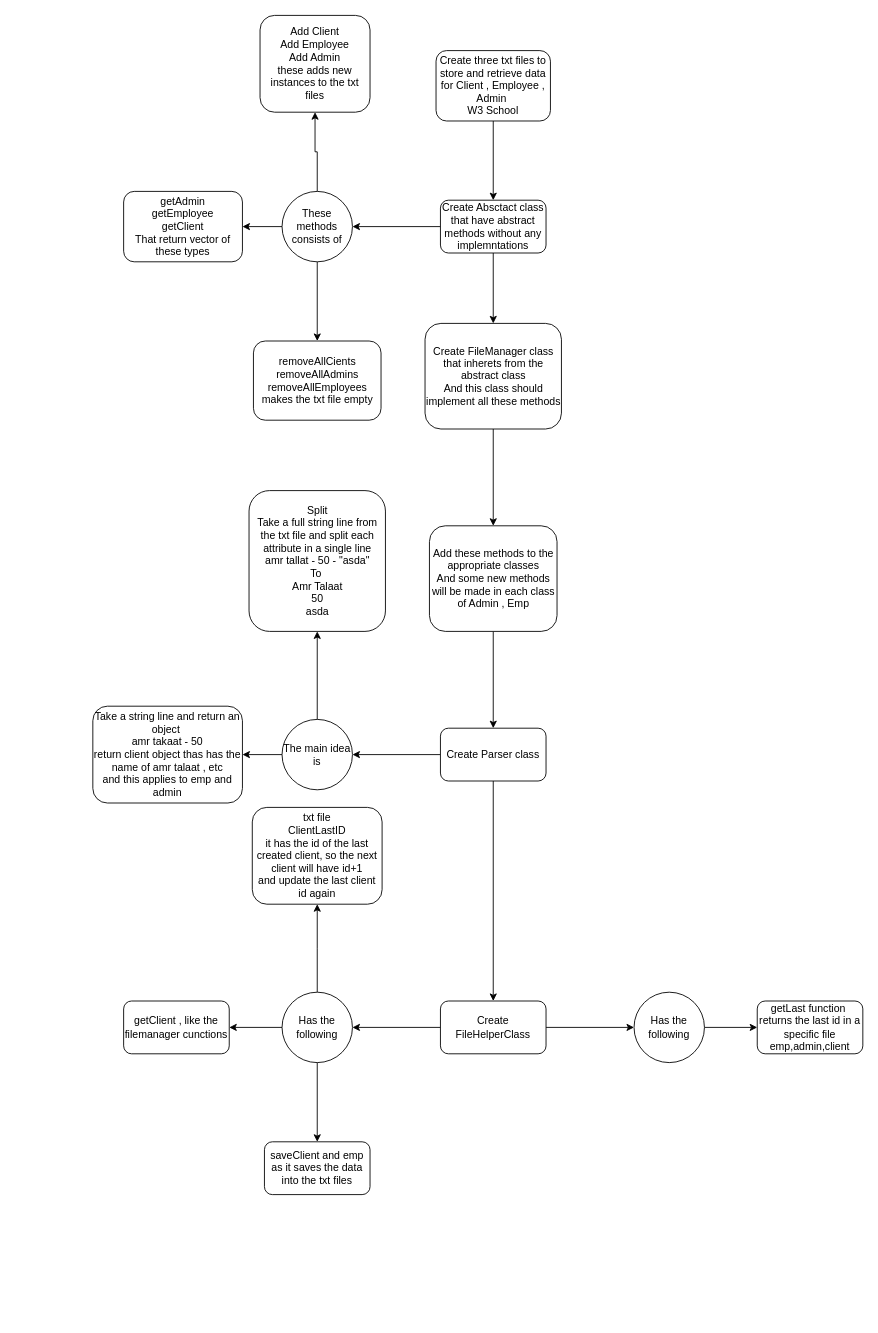
Before: page "Phase 2 sequence" (2 of 3) of routeProject.drawio in amrtlt95/RouteMiniIti, a draw.io diagram. Source tidied: cells renumbered, new cells numbered last; positions are measured from the earlier drawing's top-left corner, leaving out a move shared by most shapes. Both pictures are drawn from the tidied source at 88%, with x=0, y=0 at pixel (92, 15).
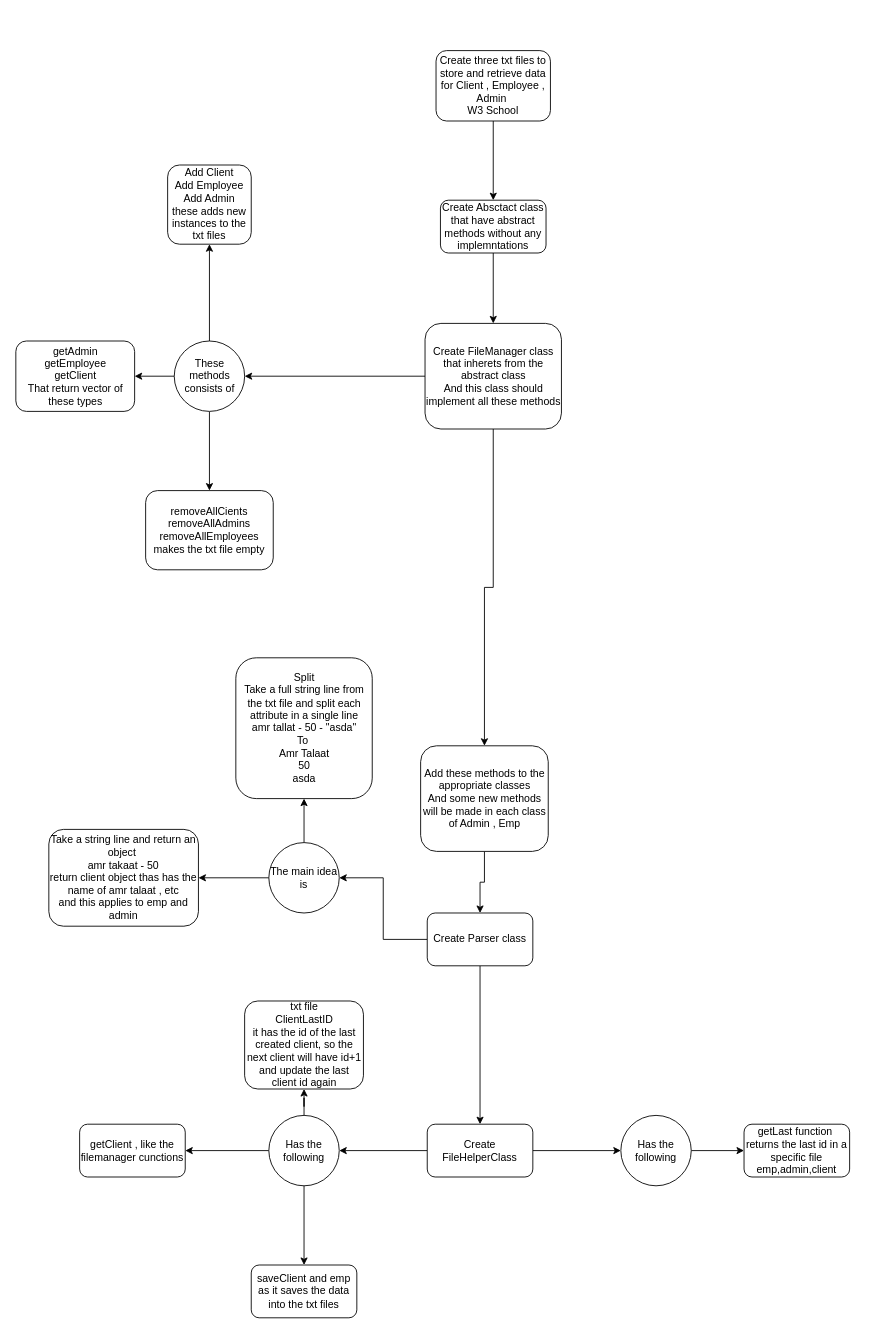
After the change.

Unchanged cells that the change refers to:
```xml
<mxCell id="6" value="Create Absctact class that have abstract methods without any implemntations" style="whiteSpace=wrap;html=1;rounded=1;" parent="1" vertex="1">
  <mxGeometry x="395" y="210" width="120" height="60" as="geometry" />
</mxCell>
<mxCell id="15" value="Create FileManager class that inherets from the abstract class&lt;br&gt;And this class should implement all these methods" style="whiteSpace=wrap;html=1;rounded=1;" parent="1" vertex="1">
  <mxGeometry x="377.5" y="350" width="155" height="120" as="geometry" />
</mxCell>
```

What changed in the source:
```diff
@@
-    <mxCell id="4" style="edgeStyle=orthogonalEdgeStyle;rounded=0;jettySize=auto;html=1;" parent="1" edge="1" source="6" target="10">
-      <mxGeometry relative="1" as="geometry" />
-    </mxCell>
@@
-    <mxCell id="10" value="These methods consists of" style="ellipse;whiteSpace=wrap;html=1;rounded=1;" parent="1" vertex="1">
-      <mxGeometry x="215" y="200" width="80" height="80" as="geometry" />
+    <mxCell id="10" value="These methods consists of" style="ellipse;whiteSpace=wrap;html=1;rounded=1;direction=west;" parent="1" vertex="1">
+      <mxGeometry x="92.5" y="370" width="80" height="80" as="geometry" />
     </mxCell>
     <mxCell id="11" value="Add Client&lt;br&gt;Add Employee&lt;br&gt;Add Admin&lt;br&gt;these adds new instances to the txt files" style="whiteSpace=wrap;html=1;rounded=1;" parent="1" vertex="1">
-      <mxGeometry x="190" width="125" height="110" as="geometry" />
+      <mxGeometry x="85" y="170" width="95" height="90" as="geometry" />
     </mxCell>
     <mxCell id="12" value="getAdmin&lt;br&gt;getEmployee&lt;br&gt;getClient&lt;br&gt;That return vector of these types" style="whiteSpace=wrap;html=1;rounded=1;" parent="1" vertex="1">
-      <mxGeometry x="35" y="200" width="135" height="80" as="geometry" />
+      <mxGeometry x="-87.5" y="370" width="135" height="80" as="geometry" />
     </mxCell>
     <mxCell id="13" value="removeAllCients&lt;br&gt;removeAllAdmins&lt;br&gt;removeAllEmployees&lt;br&gt;makes the txt file empty" style="whiteSpace=wrap;html=1;rounded=1;" parent="1" vertex="1">
-      <mxGeometry x="182.5" y="370" width="145" height="90" as="geometry" />
+      <mxGeometry x="60" y="540" width="145" height="90" as="geometry" />
     </mxCell>
+    <mxCell id="39" style="edgeStyle=orthogonalEdgeStyle;rounded=0;jettySize=auto;html=1;entryX=0;entryY=0.5;entryDx=0;entryDy=0;" parent="1" edge="1" source="15" target="10">
+      <mxGeometry relative="1" as="geometry" />
+    </mxCell>
-    <mxCell id="14" style="edgeStyle=orthogonalEdgeStyle;rounded=0;jettySize=auto;html=1;" parent="1" edge="1" source="15" target="17">
+    <mxCell id="14" style="edgeStyle=orthogonalEdgeStyle;rounded=0;jettySize=auto;html=1;entryX=0.5;entryY=0;entryDx=0;entryDy=0;" parent="1" edge="1" source="15" target="17">
       <mxGeometry relative="1" as="geometry" />
     </mxCell>
@@
     <mxCell id="17" value="Add these methods to the appropriate classes&lt;br&gt;And some new methods will be made in each class of Admin , Emp" style="whiteSpace=wrap;html=1;rounded=1;" parent="1" vertex="1">
-      <mxGeometry x="382.5" y="580" width="145" height="120" as="geometry" />
+      <mxGeometry x="372.5" y="830" width="145" height="120" as="geometry" />
     </mxCell>
@@
     <mxCell id="20" value="Create Parser class" style="whiteSpace=wrap;html=1;rounded=1;" parent="1" vertex="1">
-      <mxGeometry x="395" y="810" width="120" height="60" as="geometry" />
+      <mxGeometry x="380" y="1020" width="120" height="60" as="geometry" />
     </mxCell>
@@
-    <mxCell id="22" style="edgeStyle=orthogonalEdgeStyle;rounded=0;jettySize=auto;html=1;" parent="1" edge="1" source="23" target="25">
+    <mxCell id="22" style="edgeStyle=orthogonalEdgeStyle;rounded=0;jettySize=auto;html=1;entryX=1;entryY=0.5;entryDx=0;entryDy=0;" parent="1" edge="1" source="23" target="25">
       <mxGeometry relative="1" as="geometry" />
     </mxCell>
     <mxCell id="23" value="The main idea is" style="ellipse;whiteSpace=wrap;html=1;rounded=1;" parent="1" vertex="1">
-      <mxGeometry x="215" y="800" width="80" height="80" as="geometry" />
+      <mxGeometry x="200" y="940" width="80" height="80" as="geometry" />
     </mxCell>
     <mxCell id="24" value="Split&lt;br&gt;Take a full string line from the txt file and split each attribute in a single line&lt;br&gt;amr tallat - 50 - &quot;asda&quot;&lt;br&gt;To&amp;nbsp;&lt;br&gt;Amr Talaat&lt;br&gt;50&lt;br&gt;asda" style="whiteSpace=wrap;html=1;rounded=1;" parent="1" vertex="1">
-      <mxGeometry x="177.5" y="540" width="155" height="160" as="geometry" />
+      <mxGeometry x="162.5" y="730" width="155" height="160" as="geometry" />
     </mxCell>
     <mxCell id="25" value="Take a string line and return an object&amp;nbsp;&lt;br&gt;amr takaat - 50&lt;br&gt;return client object thas has the name of amr talaat , etc&lt;br&gt;and this applies to emp and admin" style="whiteSpace=wrap;html=1;rounded=1;" parent="1" vertex="1">
-      <mxGeometry y="785" width="170" height="110" as="geometry" />
+      <mxGeometry x="-50" y="925" width="170" height="110" as="geometry" />
     </mxCell>
@@
     <mxCell id="28" value="Create FileHelperClass" style="whiteSpace=wrap;html=1;rounded=1;" parent="1" vertex="1">
-      <mxGeometry x="395" y="1120" width="120" height="60" as="geometry" />
+      <mxGeometry x="380" y="1260" width="120" height="60" as="geometry" />
     </mxCell>
@@
+    <mxCell id="31" style="edgeStyle=orthogonalEdgeStyle;rounded=0;jettySize=auto;html=1;" parent="1" edge="1" source="32" target="35">
+      <mxGeometry relative="1" as="geometry" />
+    </mxCell>
-    <mxCell id="30" style="edgeStyle=orthogonalEdgeStyle;rounded=0;jettySize=auto;html=1;" parent="1" edge="1" source="32" target="34">
+    <mxCell id="30" style="edgeStyle=orthogonalEdgeStyle;rounded=0;jettySize=auto;html=1;entryX=1;entryY=0.5;entryDx=0;entryDy=0;" parent="1" edge="1" source="32" target="34">
       <mxGeometry relative="1" as="geometry" />
     </mxCell>
-    <mxCell id="31" style="edgeStyle=orthogonalEdgeStyle;rounded=0;jettySize=auto;html=1;" parent="1" edge="1" source="32" target="35">
-      <mxGeometry relative="1" as="geometry" />
-    </mxCell>
     <mxCell id="32" value="Has the following" style="ellipse;whiteSpace=wrap;html=1;rounded=1;" parent="1" vertex="1">
-      <mxGeometry x="215" y="1110" width="80" height="80" as="geometry" />
+      <mxGeometry x="200" y="1250" width="80" height="80" as="geometry" />
     </mxCell>
     <mxCell id="33" value="txt file&lt;br&gt;ClientLastID&lt;br&gt;it has the id of the last created client, so the next client will have id+1&lt;br&gt;and update the last client id again" style="whiteSpace=wrap;html=1;rounded=1;" parent="1" vertex="1">
-      <mxGeometry x="181.2" y="900" width="147.5" height="110" as="geometry" />
+      <mxGeometry x="172.5" y="1120" width="135" height="100" as="geometry" />
     </mxCell>
     <mxCell id="34" value="getClient , like the filemanager cunctions" style="whiteSpace=wrap;html=1;rounded=1;" parent="1" vertex="1">
-      <mxGeometry x="35" y="1120" width="120" height="60" as="geometry" />
+      <mxGeometry x="-15" y="1260" width="120" height="60" as="geometry" />
     </mxCell>
     <mxCell id="35" value="saveClient and emp&lt;br&gt;as it saves the data into the txt files" style="whiteSpace=wrap;html=1;rounded=1;" parent="1" vertex="1">
-      <mxGeometry x="195" y="1280" width="120" height="60" as="geometry" />
+      <mxGeometry x="180" y="1420" width="120" height="60" as="geometry" />
     </mxCell>
@@
     <mxCell id="37" value="Has the following" style="ellipse;whiteSpace=wrap;html=1;rounded=1;" parent="1" vertex="1">
-      <mxGeometry x="615" y="1110" width="80" height="80" as="geometry" />
+      <mxGeometry x="600" y="1250" width="80" height="80" as="geometry" />
     </mxCell>
     <mxCell id="38" value="getLast function&amp;nbsp;&lt;br&gt;returns the last id in a specific file&lt;br&gt;emp,admin,client" style="whiteSpace=wrap;html=1;rounded=1;" parent="1" vertex="1">
-      <mxGeometry x="755" y="1120" width="120" height="60" as="geometry" />
+      <mxGeometry x="740" y="1260" width="120" height="60" as="geometry" />
     </mxCell>
```
